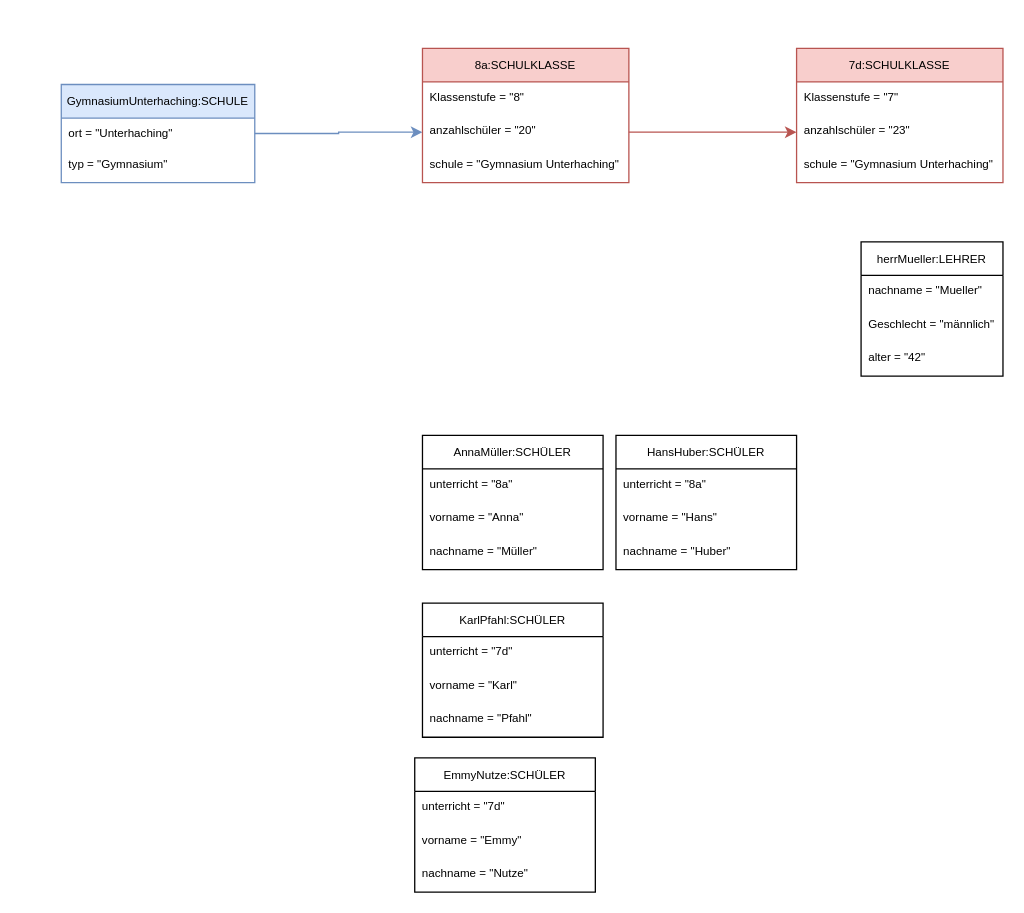
Sainaamr/figure keeps this draw.io diagram as Untitled Diagram.drawio. Above is the earlier version. Source tidied: cells renumbered, new cells numbered last; positions are measured from the earlier drawing's top-left corner, leaving out a move shared by most shapes. Both pictures are drawn from the tidied source at 129%, with x=0, y=0 at pixel (61, 48).
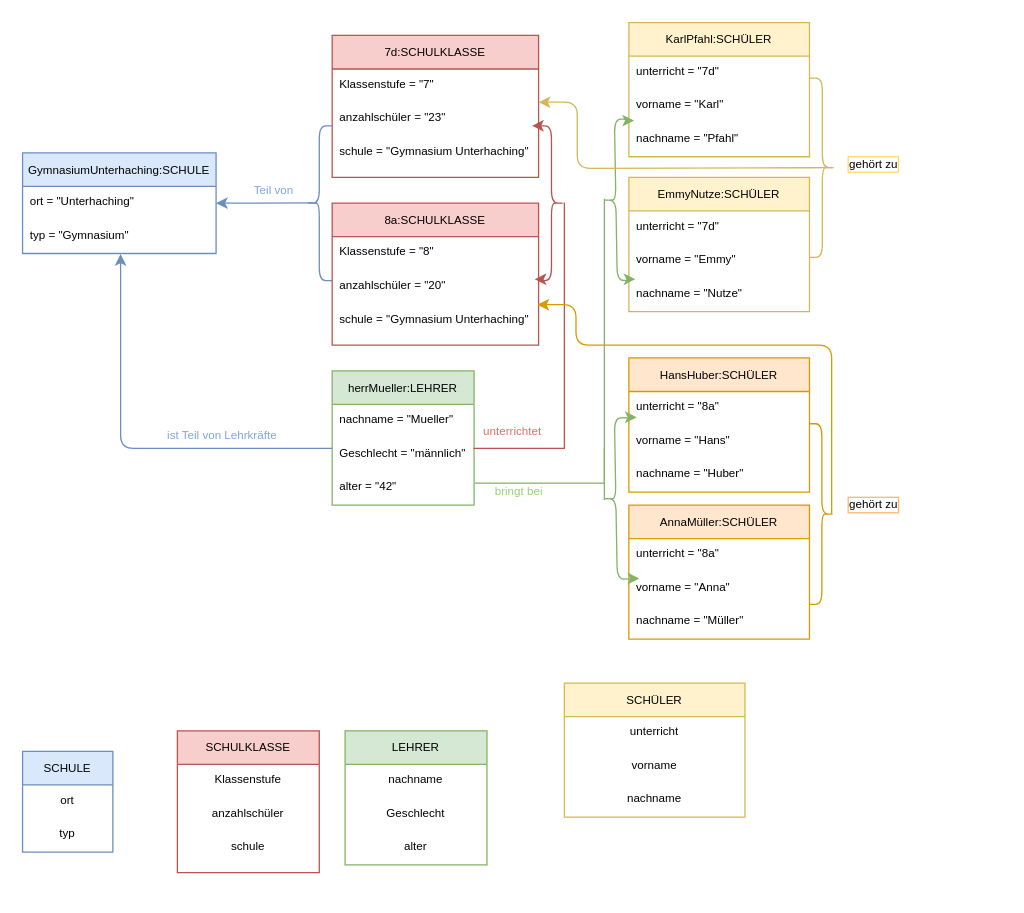
The same diagram, later.

Unchanged cells that the change refers to:
```xml
<mxCell id="8" value="Geschlecht = &quot;männlich&quot;&#10;" style="text;strokeColor=none;fillColor=none;align=left;verticalAlign=top;spacingLeft=4;spacingRight=4;overflow=hidden;points=[[0,0.5],[1,0.5]];portConstraint=eastwest;fontSize=9;" parent="6" vertex="1">
  <mxGeometry y="52" width="110" height="26" as="geometry" />
</mxCell>
<mxCell id="12" value="anzahlschüler = &quot;23&quot;" style="text;strokeColor=none;fillColor=none;align=left;verticalAlign=top;spacingLeft=4;spacingRight=4;overflow=hidden;points=[[0,0.5],[1,0.5]];portConstraint=eastwest;fontSize=9;" parent="10" vertex="1">
  <mxGeometry y="52" width="160" height="26" as="geometry" />
</mxCell>
<mxCell id="16" value="anzahlschüler = &quot;20&quot;" style="text;strokeColor=none;fillColor=none;align=left;verticalAlign=top;spacingLeft=4;spacingRight=4;overflow=hidden;points=[[0,0.5],[1,0.5]];portConstraint=eastwest;fontSize=9;" parent="14" vertex="1">
  <mxGeometry y="52" width="160" height="26" as="geometry" />
</mxCell>
```

The edit, as a diff of the source:
```diff
@@
-    <mxCell id="2" style="edgeStyle=orthogonalEdgeStyle;rounded=0;jettySize=auto;html=1;entryX=0;entryY=0.5;entryDx=0;entryDy=0;fontSize=9;fontColor=#FF99CC;fillColor=#dae8fc;strokeColor=#6c8ebf;" parent="1" edge="1" source="3" target="16">
-      <mxGeometry relative="1" as="geometry" />
-    </mxCell>
-    <mxCell id="3" value="GymnasiumUnterhaching:SCHULE" style="swimlane;fontStyle=0;horizontal=1;startSize=26;fontSize=9;fillColor=#dae8fc;strokeColor=#6c8ebf;" parent="1" vertex="1">
-      <mxGeometry y="28" width="150" height="76" as="geometry" />
-    </mxCell>
-    <mxCell id="4" value="ort = &quot;Unterhaching&quot;" style="text;strokeColor=none;fillColor=none;align=left;verticalAlign=top;spacingLeft=4;spacingRight=4;overflow=hidden;points=[[0,0.5],[1,0.5]];portConstraint=eastwest;fontSize=9;" parent="3" vertex="1">
-      <mxGeometry y="26" width="150" height="24" as="geometry" />
-    </mxCell>
-    <mxCell id="5" value="typ = &quot;Gymnasium&quot;" style="text;strokeColor=none;fillColor=none;align=left;verticalAlign=top;spacingLeft=4;spacingRight=4;overflow=hidden;points=[[0,0.5],[1,0.5]];portConstraint=eastwest;fontSize=9;" parent="3" vertex="1">
-      <mxGeometry y="50" width="150" height="26" as="geometry" />
-    </mxCell>
-    <mxCell id="6" value="herrMueller:LEHRER" style="swimlane;fontStyle=0;horizontal=1;startSize=26;fontSize=9;" parent="1" vertex="1">
-      <mxGeometry x="620" y="150" width="110" height="104" as="geometry" />
+    <mxCell id="6" value="herrMueller:LEHRER" style="swimlane;fontStyle=0;horizontal=1;startSize=26;fontSize=9;fillColor=#d5e8d4;strokeColor=#82b366;" parent="1" vertex="1">
+      <mxGeometry x="210" y="250" width="110" height="104" as="geometry" />
     </mxCell>
@@
     <mxCell id="10" value="7d:SCHULKLASSE" style="swimlane;fontStyle=0;horizontal=1;startSize=26;fontSize=9;fillColor=#f8cecc;strokeColor=#b85450;" parent="1" vertex="1">
-      <mxGeometry x="570" width="160" height="104" as="geometry" />
+      <mxGeometry x="210" y="-10" width="160" height="110" as="geometry" />
     </mxCell>
@@
     <mxCell id="13" value="schule = &quot;Gymnasium Unterhaching&quot;" style="text;strokeColor=none;fillColor=none;align=left;verticalAlign=top;spacingLeft=4;spacingRight=4;overflow=hidden;fontSize=9;" parent="10" vertex="1">
-      <mxGeometry y="78" width="160" height="26" as="geometry" />
+      <mxGeometry y="78" width="160" height="32" as="geometry" />
     </mxCell>
     <mxCell id="14" value="8a:SCHULKLASSE" style="swimlane;fontStyle=0;horizontal=1;startSize=26;fontSize=9;fillColor=#f8cecc;strokeColor=#b85450;" parent="1" vertex="1">
-      <mxGeometry x="280" width="160" height="104" as="geometry" />
+      <mxGeometry x="210" y="120" width="160" height="110" as="geometry" />
     </mxCell>
@@
     <mxCell id="17" value="schule = &quot;Gymnasium Unterhaching&quot;" style="text;strokeColor=none;fillColor=none;align=left;verticalAlign=top;spacingLeft=4;spacingRight=4;overflow=hidden;fontSize=9;" parent="14" vertex="1">
-      <mxGeometry y="78" width="160" height="26" as="geometry" />
+      <mxGeometry y="78" width="160" height="32" as="geometry" />
     </mxCell>
+    <mxCell id="22" value="HansHuber:SCHÜLER" style="swimlane;fontStyle=0;horizontal=1;startSize=26;fontSize=9;fillColor=#ffe6cc;strokeColor=#d79b00;" parent="1" vertex="1">
+      <mxGeometry x="440" y="240" width="140" height="104" as="geometry" />
+    </mxCell>
+    <mxCell id="23" value="unterricht = &quot;8a&quot;" style="text;strokeColor=none;fillColor=none;align=left;verticalAlign=top;spacingLeft=4;spacingRight=4;overflow=hidden;fontSize=9;" parent="22" vertex="1">
+      <mxGeometry y="26" width="140" height="26" as="geometry" />
+    </mxCell>
+    <mxCell id="24" value="vorname = &quot;Hans&quot;" style="text;strokeColor=none;fillColor=none;align=left;verticalAlign=top;spacingLeft=4;spacingRight=4;overflow=hidden;fontSize=9;" parent="22" vertex="1">
+      <mxGeometry y="52" width="140" height="26" as="geometry" />
+    </mxCell>
+    <mxCell id="25" value="nachname = &quot;Huber&quot;" style="text;strokeColor=none;fillColor=none;align=left;verticalAlign=top;spacingLeft=4;spacingRight=4;overflow=hidden;fontSize=9;" parent="22" vertex="1">
+      <mxGeometry y="78" width="140" height="26" as="geometry" />
+    </mxCell>
+    <mxCell id="3" value="GymnasiumUnterhaching:SCHULE" style="swimlane;fontStyle=0;horizontal=1;startSize=26;fontSize=9;fillColor=#dae8fc;strokeColor=#6c8ebf;" parent="1" vertex="1">
+      <mxGeometry x="-30" y="81" width="150" height="78" as="geometry" />
+    </mxCell>
+    <mxCell id="4" value="ort = &quot;Unterhaching&quot;" style="text;strokeColor=none;fillColor=none;align=left;verticalAlign=top;spacingLeft=4;spacingRight=4;overflow=hidden;points=[[0,0.5],[1,0.5]];portConstraint=eastwest;fontSize=9;" parent="3" vertex="1">
+      <mxGeometry y="26" width="150" height="26" as="geometry" />
+    </mxCell>
+    <mxCell id="5" value="typ = &quot;Gymnasium&quot;" style="text;strokeColor=none;fillColor=none;align=left;verticalAlign=top;spacingLeft=4;spacingRight=4;overflow=hidden;points=[[0,0.5],[1,0.5]];portConstraint=eastwest;fontSize=9;" parent="3" vertex="1">
+      <mxGeometry y="52" width="150" height="26" as="geometry" />
+    </mxCell>
+    <mxCell id="35" style="shape=curlyBracket;whiteSpace=wrap;html=1;rounded=1;fontSize=10;fillColor=#dae8fc;strokeColor=#6c8ebf;" parent="1" vertex="1">
+      <mxGeometry x="190" y="60" width="20" height="120" as="geometry" />
+    </mxCell>
+    <mxCell id="36" style="endArrow=classic;html=1;fontSize=10;fontColor=#080506;entryX=1;entryY=0.5;entryDx=0;entryDy=0;exitX=0.42;exitY=0.498;exitDx=0;exitDy=0;exitPerimeter=0;fillColor=#dae8fc;strokeColor=#6c8ebf;" parent="1" edge="1" source="35" target="4">
+      <mxGeometry relative="1" as="geometry" />
+    </mxCell>
+    <mxCell id="37" value="Teil von" style="text;html=1;strokeColor=none;fillColor=none;align=center;verticalAlign=middle;whiteSpace=wrap;rounded=0;fontSize=9;fontColor=#7EA6E0;" parent="1" vertex="1">
+      <mxGeometry x="140" y="100" width="50" height="20" as="geometry" />
+    </mxCell>
+    <mxCell id="38" style="edgeStyle=elbowEdgeStyle;elbow=horizontal;endArrow=classic;html=1;fontSize=9;fontColor=#080506;entryX=0.507;entryY=1.019;entryDx=0;entryDy=0;entryPerimeter=0;fillColor=#dae8fc;strokeColor=#6c8ebf;" parent="1" edge="1" source="8" target="5">
+      <mxGeometry relative="1" as="geometry">
+        <Array as="points">
+          <mxPoint x="46" y="310" />
+          <mxPoint x="43" y="220" />
+        </Array>
+      </mxGeometry>
+    </mxCell>
+    <mxCell id="39" value="ist Teil von Lehrkräfte" style="text;html=1;strokeColor=none;fillColor=none;align=center;verticalAlign=middle;whiteSpace=wrap;rounded=0;fontSize=9;fontColor=#7EA6E0;" parent="1" vertex="1">
+      <mxGeometry x="80" y="290" width="90" height="20" as="geometry" />
+    </mxCell>
+    <mxCell id="40" style="shape=curlyBracket;whiteSpace=wrap;html=1;rounded=1;flipH=1;fontSize=9;fillColor=#f8cecc;strokeColor=#b85450;" parent="1" vertex="1">
+      <mxGeometry x="370" y="60" width="20" height="120" as="geometry" />
+    </mxCell>
+    <mxCell id="41" style="shape=partialRectangle;whiteSpace=wrap;html=1;top=0;left=0;fontSize=9;strokeColor=#b85450;fillColor=none;" parent="1" vertex="1">
+      <mxGeometry x="320" y="120" width="70" height="190" as="geometry" />
+    </mxCell>
+    <mxCell id="42" style="endArrow=classic;html=1;fontSize=9;fontColor=#080506;exitX=0.5;exitY=0;exitDx=0;exitDy=0;fillColor=#f8cecc;strokeColor=#b85450;" parent="1" edge="1">
+      <mxGeometry relative="1" as="geometry">
+        <mxPoint x="370" y="60" as="sourcePoint" />
+        <mxPoint x="365" y="60" as="targetPoint" />
+      </mxGeometry>
+    </mxCell>
+    <mxCell id="43" style="endArrow=classic;html=1;fontSize=9;fontColor=#080506;exitX=0.5;exitY=0;exitDx=0;exitDy=0;fillColor=#f8cecc;strokeColor=#b85450;" parent="1" edge="1">
+      <mxGeometry relative="1" as="geometry">
+        <mxPoint x="372" y="179" as="sourcePoint" />
+        <mxPoint x="367" y="179" as="targetPoint" />
+      </mxGeometry>
+    </mxCell>
+    <mxCell id="44" value="unterrichtet" style="text;html=1;strokeColor=none;fillColor=none;align=center;verticalAlign=middle;whiteSpace=wrap;rounded=0;fontSize=9;fontColor=#EA6B66;" parent="1" vertex="1">
+      <mxGeometry x="330" y="286.5" width="40" height="20" as="geometry" />
+    </mxCell>
+    <mxCell id="26" value="KarlPfahl:SCHÜLER" style="swimlane;fontStyle=0;horizontal=1;startSize=26;fontSize=9;fillColor=#fff2cc;strokeColor=#d6b656;" parent="1" vertex="1">
+      <mxGeometry x="440" y="-20" width="140" height="104" as="geometry" />
+    </mxCell>
+    <mxCell id="27" value="unterricht = &quot;7d&quot;" style="text;strokeColor=none;fillColor=none;align=left;verticalAlign=top;spacingLeft=4;spacingRight=4;overflow=hidden;fontSize=9;" parent="26" vertex="1">
+      <mxGeometry y="26" width="140" height="26" as="geometry" />
+    </mxCell>
+    <mxCell id="28" value="vorname = &quot;Karl&quot;" style="text;strokeColor=none;fillColor=none;align=left;verticalAlign=top;spacingLeft=4;spacingRight=4;overflow=hidden;fontSize=9;" parent="26" vertex="1">
+      <mxGeometry y="52" width="140" height="26" as="geometry" />
+    </mxCell>
+    <mxCell id="29" value="nachname = &quot;Pfahl&quot;" style="text;strokeColor=none;fillColor=none;align=left;verticalAlign=top;spacingLeft=4;spacingRight=4;overflow=hidden;fontSize=9;" parent="26" vertex="1">
+      <mxGeometry y="78" width="140" height="26" as="geometry" />
+    </mxCell>
-    <mxCell id="18" value="AnnaMüller:SCHÜLER" style="swimlane;fontStyle=0;horizontal=1;startSize=26;fontSize=9;" parent="1" vertex="1">
-      <mxGeometry x="280" y="300" width="140" height="104" as="geometry" />
+    <mxCell id="18" value="AnnaMüller:SCHÜLER" style="swimlane;fontStyle=0;horizontal=1;startSize=26;fontSize=9;fillColor=#ffe6cc;strokeColor=#d79b00;" parent="1" vertex="1">
+      <mxGeometry x="440" y="354" width="140" height="104" as="geometry" />
     </mxCell>
@@
-    <mxCell id="22" value="HansHuber:SCHÜLER" style="swimlane;fontStyle=0;horizontal=1;startSize=26;fontSize=9;" parent="1" vertex="1">
-      <mxGeometry x="430" y="300" width="140" height="104" as="geometry" />
-    </mxCell>
-    <mxCell id="23" value="unterricht = &quot;8a&quot;" style="text;strokeColor=none;fillColor=none;align=left;verticalAlign=top;spacingLeft=4;spacingRight=4;overflow=hidden;fontSize=9;" parent="22" vertex="1">
-      <mxGeometry y="26" width="140" height="26" as="geometry" />
-    </mxCell>
-    <mxCell id="24" value="vorname = &quot;Hans&quot;" style="text;strokeColor=none;fillColor=none;align=left;verticalAlign=top;spacingLeft=4;spacingRight=4;overflow=hidden;fontSize=9;" parent="22" vertex="1">
-      <mxGeometry y="52" width="140" height="26" as="geometry" />
-    </mxCell>
-    <mxCell id="25" value="nachname = &quot;Huber&quot;" style="text;strokeColor=none;fillColor=none;align=left;verticalAlign=top;spacingLeft=4;spacingRight=4;overflow=hidden;fontSize=9;" parent="22" vertex="1">
-      <mxGeometry y="78" width="140" height="26" as="geometry" />
-    </mxCell>
-    <mxCell id="26" value="KarlPfahl:SCHÜLER" style="swimlane;fontStyle=0;horizontal=1;startSize=26;fontSize=9;" parent="1" vertex="1">
-      <mxGeometry x="280" y="430" width="140" height="104" as="geometry" />
-    </mxCell>
-    <mxCell id="27" value="unterricht = &quot;7d&quot;" style="text;strokeColor=none;fillColor=none;align=left;verticalAlign=top;spacingLeft=4;spacingRight=4;overflow=hidden;fontSize=9;" parent="26" vertex="1">
-      <mxGeometry y="26" width="140" height="26" as="geometry" />
-    </mxCell>
-    <mxCell id="28" value="vorname = &quot;Karl&quot;" style="text;strokeColor=none;fillColor=none;align=left;verticalAlign=top;spacingLeft=4;spacingRight=4;overflow=hidden;fontSize=9;" parent="26" vertex="1">
-      <mxGeometry y="52" width="140" height="26" as="geometry" />
-    </mxCell>
-    <mxCell id="29" value="nachname = &quot;Pfahl&quot;" style="text;strokeColor=none;fillColor=none;align=left;verticalAlign=top;spacingLeft=4;spacingRight=4;overflow=hidden;fontSize=9;" parent="26" vertex="1">
-      <mxGeometry y="78" width="140" height="26" as="geometry" />
-    </mxCell>
-    <mxCell id="30" value="EmmyNutze:SCHÜLER" style="swimlane;fontStyle=0;horizontal=1;startSize=26;fontSize=9;" parent="1" vertex="1">
-      <mxGeometry x="274" y="550" width="140" height="104" as="geometry" />
+    <mxCell id="30" value="EmmyNutze:SCHÜLER" style="swimlane;fontStyle=0;horizontal=1;startSize=26;fontSize=9;fillColor=#fff2cc;strokeColor=#d6b656;" parent="1" vertex="1">
+      <mxGeometry x="440" y="100" width="140" height="104" as="geometry" />
     </mxCell>
@@
-    <mxCell id="34" style="edgeStyle=orthogonalEdgeStyle;rounded=0;jettySize=auto;html=1;entryX=0;entryY=0.5;entryDx=0;entryDy=0;fontSize=9;fontColor=#FF99CC;fillColor=#f8cecc;strokeColor=#b85450;" parent="1" edge="1" source="16" target="12">
-      <mxGeometry relative="1" as="geometry" />
-    </mxCell>
+    <mxCell id="45" style="shape=partialRectangle;whiteSpace=wrap;html=1;top=0;left=0;fontSize=9;strokeColor=#82b366;fillColor=none;" parent="1" vertex="1">
+      <mxGeometry x="321" y="117" width="100" height="220" as="geometry" />
+    </mxCell>
+    <mxCell id="46" style="shape=curlyBracket;whiteSpace=wrap;html=1;rounded=1;flipH=1;fontSize=9;rotation=-181;fillColor=#d5e8d4;strokeColor=#82b366;" parent="1" vertex="1">
+      <mxGeometry x="419.9" y="55" width="20" height="125" as="geometry" />
+    </mxCell>
+    <mxCell id="47" style="endArrow=classic;html=1;fontSize=9;fontColor=#080506;exitX=0.5;exitY=0;exitDx=0;exitDy=0;fillColor=#d5e8d4;strokeColor=#82b366;" parent="1" edge="1">
+      <mxGeometry relative="1" as="geometry">
+        <mxPoint x="439" y="56" as="sourcePoint" />
+        <mxPoint x="444" y="56" as="targetPoint" />
+      </mxGeometry>
+    </mxCell>
+    <mxCell id="48" style="endArrow=classic;html=1;fontSize=9;fontColor=#080506;exitX=0.5;exitY=0;exitDx=0;exitDy=0;fillColor=#d5e8d4;strokeColor=#82b366;" parent="1" edge="1">
+      <mxGeometry relative="1" as="geometry">
+        <mxPoint x="440" y="179" as="sourcePoint" />
+        <mxPoint x="445" y="179" as="targetPoint" />
+      </mxGeometry>
+    </mxCell>
+    <mxCell id="49" style="shape=curlyBracket;whiteSpace=wrap;html=1;rounded=1;flipH=1;fontSize=9;rotation=-181;fillColor=#d5e8d4;strokeColor=#82b366;" parent="1" vertex="1">
+      <mxGeometry x="419.9" y="286.5" width="20" height="125" as="geometry" />
+    </mxCell>
+    <mxCell id="50" style="line;strokeWidth=1;html=1;fontSize=9;fillColor=#d5e8d4;rotation=90;strokeColor=#82b366;" parent="1" vertex="1">
+      <mxGeometry x="401" y="320" width="40" height="20" as="geometry" />
+    </mxCell>
+    <mxCell id="51" style="endArrow=classic;html=1;fontSize=9;fontColor=#080506;exitX=0.5;exitY=0;exitDx=0;exitDy=0;fillColor=#d5e8d4;strokeColor=#82b366;" parent="1" edge="1">
+      <mxGeometry relative="1" as="geometry">
+        <mxPoint x="441" y="286" as="sourcePoint" />
+        <mxPoint x="446" y="286" as="targetPoint" />
+      </mxGeometry>
+    </mxCell>
+    <mxCell id="52" style="endArrow=classic;html=1;fontSize=9;fontColor=#080506;exitX=0.5;exitY=0;exitDx=0;exitDy=0;fillColor=#d5e8d4;strokeColor=#82b366;" parent="1" edge="1">
+      <mxGeometry relative="1" as="geometry">
+        <mxPoint x="443" y="411" as="sourcePoint" />
+        <mxPoint x="448" y="411" as="targetPoint" />
+      </mxGeometry>
+    </mxCell>
+    <mxCell id="53" value="bringt bei" style="text;html=1;strokeColor=none;fillColor=none;align=center;verticalAlign=middle;whiteSpace=wrap;rounded=0;fontSize=9;fontColor=#97D077;" parent="1" vertex="1">
+      <mxGeometry x="330" y="334" width="50" height="20" as="geometry" />
+    </mxCell>
+    <mxCell id="54" style="shape=curlyBracket;whiteSpace=wrap;html=1;rounded=1;flipH=1;fontSize=9;rotation=-180;fillColor=#fff2cc;strokeColor=#d6b656;direction=west;" parent="1" vertex="1">
+      <mxGeometry x="580" y="23" width="20" height="139" as="geometry" />
+    </mxCell>
+    <mxCell id="55" style="edgeStyle=segmentEdgeStyle;endArrow=classic;html=1;fontSize=9;fontColor=#080506;entryX=1.001;entryY=0.872;entryDx=0;entryDy=0;entryPerimeter=0;exitX=0.1;exitY=0.5;exitDx=0;exitDy=0;exitPerimeter=0;fillColor=#fff2cc;strokeColor=#d6b656;" parent="1" edge="1" source="54">
+      <mxGeometry relative="1" as="geometry">
+        <mxPoint x="370.2" y="41.7" as="targetPoint" />
+        <Array as="points">
+          <mxPoint x="589" y="92" />
+          <mxPoint x="400" y="93" />
+          <mxPoint x="400" y="42" />
+        </Array>
+      </mxGeometry>
+    </mxCell>
+    <mxCell id="56" style="shape=curlyBracket;whiteSpace=wrap;html=1;rounded=1;flipH=1;fontSize=9;rotation=-180;fillColor=#ffe6cc;strokeColor=#d79b00;direction=west;" parent="1" vertex="1">
+      <mxGeometry x="580.1" y="291" width="19" height="140" as="geometry" />
+    </mxCell>
+    <mxCell id="57" style="edgeStyle=segmentEdgeStyle;endArrow=classic;html=1;fontSize=9;fontColor=#080506;entryX=1.001;entryY=0.872;entryDx=0;entryDy=0;entryPerimeter=0;exitX=0.1;exitY=0.5;exitDx=0;exitDy=0;exitPerimeter=0;fillColor=#ffe6cc;strokeColor=#d79b00;" parent="1" edge="1" source="56">
+      <mxGeometry relative="1" as="geometry">
+        <mxPoint x="369.2" y="198.7" as="targetPoint" />
+        <Array as="points">
+          <mxPoint x="597" y="230" />
+          <mxPoint x="399" y="230" />
+          <mxPoint x="399" y="199" />
+        </Array>
+      </mxGeometry>
+    </mxCell>
+    <mxCell id="58" value="gehört zu" style="text;html=1;strokeColor=none;fillColor=none;align=center;verticalAlign=middle;whiteSpace=wrap;rounded=0;fontSize=9;labelBorderColor=#FFD966;" parent="1" vertex="1">
+      <mxGeometry x="600" y="80" width="60" height="20" as="geometry" />
+    </mxCell>
+    <mxCell id="59" value="gehört zu" style="text;html=1;strokeColor=none;fillColor=none;align=center;verticalAlign=middle;whiteSpace=wrap;rounded=0;fontSize=9;labelBorderColor=#FFB570;" parent="1" vertex="1">
+      <mxGeometry x="600" y="344" width="60" height="20" as="geometry" />
+    </mxCell>
+    <mxCell id="60" value="SCHULE" style="swimlane;fontStyle=0;horizontal=1;startSize=26;fontSize=9;fillColor=#dae8fc;strokeColor=#6c8ebf;" parent="1" vertex="1">
+      <mxGeometry x="-30" y="545" width="70" height="78" as="geometry" />
+    </mxCell>
+    <mxCell id="61" value="ort" style="text;strokeColor=none;fillColor=none;align=center;verticalAlign=top;spacingLeft=4;spacingRight=4;overflow=hidden;fontSize=9;" parent="60" vertex="1">
+      <mxGeometry y="26" width="70" height="26" as="geometry" />
+    </mxCell>
+    <mxCell id="62" value="typ" style="text;strokeColor=none;fillColor=none;align=center;verticalAlign=top;spacingLeft=4;spacingRight=4;overflow=hidden;fontSize=9;" parent="60" vertex="1">
+      <mxGeometry y="52" width="70" height="26" as="geometry" />
+    </mxCell>
+    <mxCell id="63" value="SCHULKLASSE" style="swimlane;fontStyle=0;horizontal=1;startSize=26;fontSize=9;fillColor=#f8cecc;strokeColor=#b85450;" parent="1" vertex="1">
+      <mxGeometry x="90" y="529" width="110" height="110" as="geometry" />
+    </mxCell>
+    <mxCell id="64" value="Klassenstufe" style="text;strokeColor=none;fillColor=none;align=center;verticalAlign=top;spacingLeft=4;spacingRight=4;overflow=hidden;fontSize=9;" parent="63" vertex="1">
+      <mxGeometry y="26" width="110" height="26" as="geometry" />
+    </mxCell>
+    <mxCell id="65" value="anzahlschüler" style="text;strokeColor=none;fillColor=none;align=center;verticalAlign=top;spacingLeft=4;spacingRight=4;overflow=hidden;fontSize=9;" parent="63" vertex="1">
+      <mxGeometry y="52" width="110" height="26" as="geometry" />
+    </mxCell>
+    <mxCell id="66" value="schule" style="text;strokeColor=none;fillColor=none;align=center;verticalAlign=top;spacingLeft=4;spacingRight=4;overflow=hidden;fontSize=9;" parent="63" vertex="1">
+      <mxGeometry y="78" width="110" height="32" as="geometry" />
+    </mxCell>
+    <mxCell id="67" value="LEHRER" style="swimlane;fontStyle=0;horizontal=1;startSize=26;fontSize=9;fillColor=#d5e8d4;strokeColor=#82b366;" parent="1" vertex="1">
+      <mxGeometry x="220" y="529" width="110" height="104" as="geometry" />
+    </mxCell>
+    <mxCell id="68" value="nachname" style="text;strokeColor=none;fillColor=none;align=center;verticalAlign=top;spacingLeft=4;spacingRight=4;overflow=hidden;fontSize=9;" parent="67" vertex="1">
+      <mxGeometry y="26" width="110" height="26" as="geometry" />
+    </mxCell>
+    <mxCell id="69" value="Geschlecht" style="text;strokeColor=none;fillColor=none;align=center;verticalAlign=top;spacingLeft=4;spacingRight=4;overflow=hidden;fontSize=9;" parent="67" vertex="1">
+      <mxGeometry y="52" width="110" height="26" as="geometry" />
+    </mxCell>
+    <mxCell id="70" value="alter" style="text;strokeColor=none;fillColor=none;align=center;verticalAlign=top;spacingLeft=4;spacingRight=4;overflow=hidden;fontSize=9;" parent="67" vertex="1">
+      <mxGeometry y="78" width="110" height="26" as="geometry" />
+    </mxCell>
+    <mxCell id="71" value="SCHÜLER" style="swimlane;fontStyle=0;horizontal=1;startSize=26;fontSize=9;fillColor=#fff2cc;strokeColor=#d6b656;" parent="1" vertex="1">
+      <mxGeometry x="390" y="492" width="140" height="104" as="geometry" />
+    </mxCell>
+    <mxCell id="72" value="unterricht" style="text;strokeColor=none;fillColor=none;align=center;verticalAlign=top;spacingLeft=4;spacingRight=4;overflow=hidden;fontSize=9;" parent="71" vertex="1">
+      <mxGeometry y="26" width="140" height="26" as="geometry" />
+    </mxCell>
+    <mxCell id="73" value="vorname" style="text;strokeColor=none;fillColor=none;align=center;verticalAlign=top;spacingLeft=4;spacingRight=4;overflow=hidden;fontSize=9;" parent="71" vertex="1">
+      <mxGeometry y="52" width="140" height="26" as="geometry" />
+    </mxCell>
+    <mxCell id="74" value="nachname" style="text;strokeColor=none;fillColor=none;align=center;verticalAlign=top;spacingLeft=4;spacingRight=4;overflow=hidden;fontSize=9;" parent="71" vertex="1">
+      <mxGeometry y="78" width="140" height="26" as="geometry" />
+    </mxCell>
```
